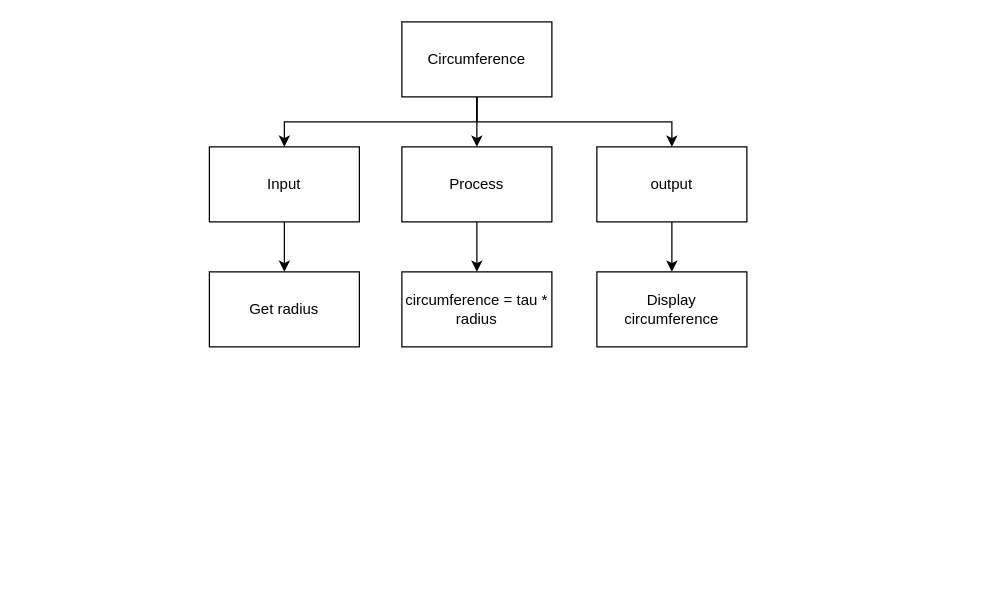
Above: page "Top Down" (2 of 2) of design.drawio in Samuel-Webster-178/ICS3U-Assignment-04-Python (draw.io), before the change. Source tidied: cells renumbered, new cells numbered last; positions are measured from the earlier drawing's top-left corner, leaving out a move shared by most shapes. Both pictures are drawn from the tidied source at 125%, with x=0, y=0 at pixel (209, 21).
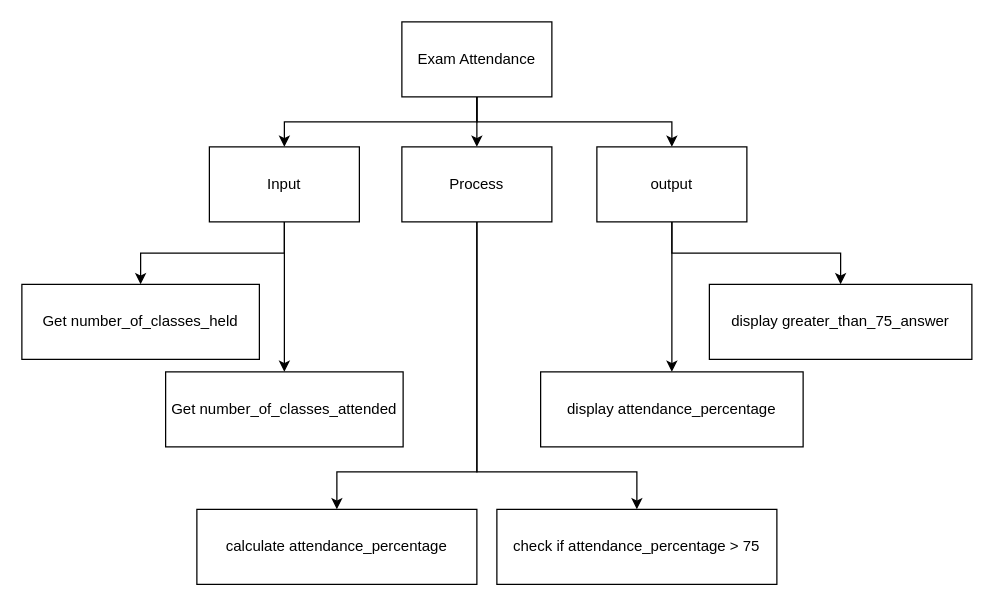
The same diagram, later.

Unchanged cells that the change refers to:
```xml
<mxCell id="7" value="Input" style="rounded=0;whiteSpace=wrap;html=1;" parent="1" vertex="1">
  <mxGeometry y="100" width="120" height="60" as="geometry" />
</mxCell>
<mxCell id="9" value="Process" style="rounded=0;whiteSpace=wrap;html=1;" parent="1" vertex="1">
  <mxGeometry x="154" y="100" width="120" height="60" as="geometry" />
</mxCell>
<mxCell id="11" value="output" style="rounded=0;whiteSpace=wrap;html=1;" parent="1" vertex="1">
  <mxGeometry x="310" y="100" width="120" height="60" as="geometry" />
</mxCell>
```

Change to the diagram source:
```diff
@@
-    <mxCell id="5" value="Circumference" style="rounded=0;whiteSpace=wrap;html=1;" parent="1" vertex="1">
+    <mxCell id="5" value="Exam Attendance" style="rounded=0;whiteSpace=wrap;html=1;" parent="1" vertex="1">
       <mxGeometry x="154" width="120" height="60" as="geometry" />
     </mxCell>
@@
+    <mxCell id="15" style="edgeStyle=orthogonalEdgeStyle;html=1;rounded=0;" parent="1" edge="1" source="7" target="18">
+      <mxGeometry relative="1" as="geometry" />
+    </mxCell>
@@
     <mxCell id="8" style="edgeStyle=orthogonalEdgeStyle;rounded=0;html=1;" parent="1" edge="1" source="9" target="13">
-      <mxGeometry relative="1" as="geometry" />
+      <mxGeometry relative="1" as="geometry">
+        <Array as="points">
+          <mxPoint x="214" y="360" />
+          <mxPoint x="102" y="360" />
+        </Array>
+      </mxGeometry>
     </mxCell>
+    <mxCell id="16" style="edgeStyle=orthogonalEdgeStyle;rounded=0;html=1;" parent="1" edge="1" source="9" target="19">
+      <mxGeometry relative="1" as="geometry">
+        <Array as="points">
+          <mxPoint x="214" y="360" />
+          <mxPoint x="342" y="360" />
+        </Array>
+      </mxGeometry>
+    </mxCell>
@@
+    <mxCell id="17" style="edgeStyle=orthogonalEdgeStyle;rounded=0;html=1;" parent="1" edge="1" source="11" target="20">
+      <mxGeometry relative="1" as="geometry" />
+    </mxCell>
@@
-    <mxCell id="12" value="Get radius" style="rounded=0;whiteSpace=wrap;html=1;" parent="1" vertex="1">
-      <mxGeometry y="200" width="120" height="60" as="geometry" />
+    <mxCell id="12" value="Get number_of_classes_held" style="rounded=0;whiteSpace=wrap;html=1;" parent="1" vertex="1">
+      <mxGeometry x="-150" y="210" width="190" height="60" as="geometry" />
     </mxCell>
-    <mxCell id="13" value="circumference = tau * radius" style="rounded=0;whiteSpace=wrap;html=1;" parent="1" vertex="1">
-      <mxGeometry x="154" y="200" width="120" height="60" as="geometry" />
+    <mxCell id="13" value="calculate attendance_percentage" style="rounded=0;whiteSpace=wrap;html=1;" parent="1" vertex="1">
+      <mxGeometry x="-10" y="390" width="224" height="60" as="geometry" />
     </mxCell>
-    <mxCell id="14" value="Display circumference" style="rounded=0;whiteSpace=wrap;html=1;" parent="1" vertex="1">
-      <mxGeometry x="310" y="200" width="120" height="60" as="geometry" />
+    <mxCell id="14" value="display attendance_percentage" style="rounded=0;whiteSpace=wrap;html=1;" parent="1" vertex="1">
+      <mxGeometry x="265" y="280" width="210" height="60" as="geometry" />
     </mxCell>
+    <mxCell id="18" value="Get number_of_classes_attended" style="rounded=0;whiteSpace=wrap;html=1;" parent="1" vertex="1">
+      <mxGeometry x="-35" y="280" width="190" height="60" as="geometry" />
+    </mxCell>
+    <mxCell id="19" value="check if attendance_percentage &amp;gt; 75" style="rounded=0;whiteSpace=wrap;html=1;" parent="1" vertex="1">
+      <mxGeometry x="230" y="390" width="224" height="60" as="geometry" />
+    </mxCell>
+    <mxCell id="20" value="display greater_than_75_answer" style="rounded=0;whiteSpace=wrap;html=1;" parent="1" vertex="1">
+      <mxGeometry x="400" y="210" width="210" height="60" as="geometry" />
+    </mxCell>
```
